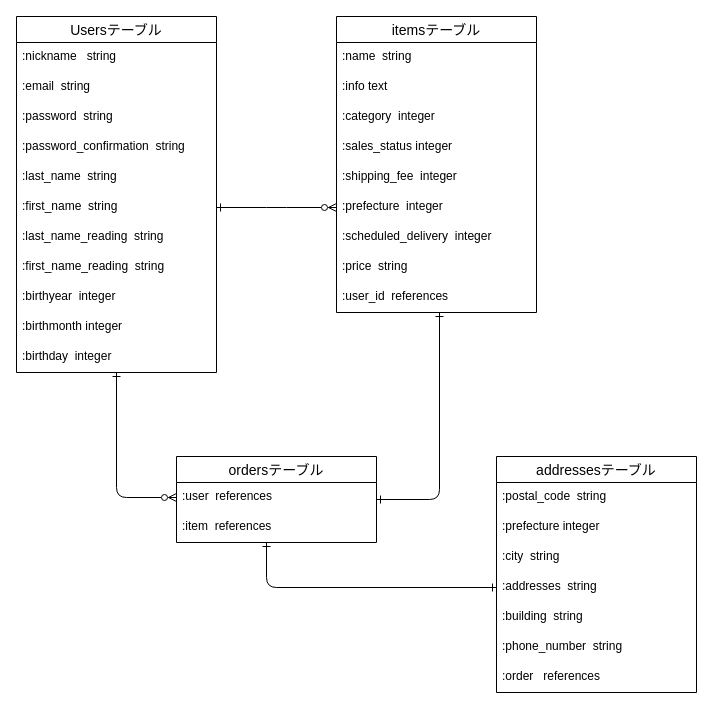
The draw.io diagram ER.dio in KaaiSato/furima-40467, before the edit. Source tidied: cells renumbered, new cells numbered last; positions are measured from the earlier drawing's top-left corner, leaving out a move shared by most shapes. Both pictures are drawn from the tidied source at 100%, with x=0, y=0 at pixel (16, 16).
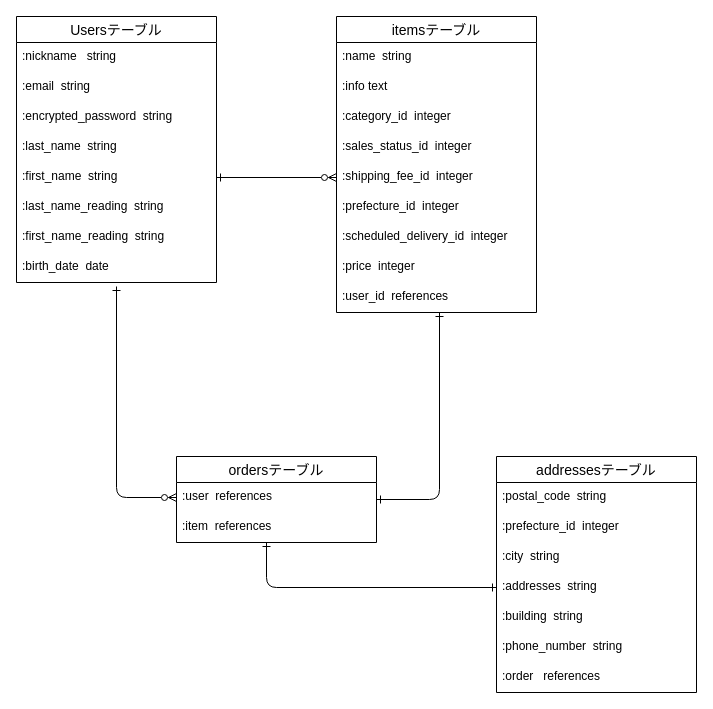
Above is the later version.

Commit message (it also covers changes not shown here):
ER図とREADMEの修正①

Unchanged cells that the change refers to:
```xml
<mxCell id="14" value="itemsテーブル" style="swimlane;fontStyle=0;horizontal=1;startSize=26;align=center;fontSize=14;" parent="1" vertex="1">
  <mxGeometry x="320" width="200" height="296" as="geometry" />
</mxCell>
<mxCell id="24" value="addressesテーブル" style="swimlane;fontStyle=0;horizontal=1;startSize=26;align=center;fontSize=14;" parent="1" vertex="1">
  <mxGeometry x="480" y="440" width="200" height="236" as="geometry" />
</mxCell>
<mxCell id="35" value=":user  references" style="text;strokeColor=none;fillColor=none;spacingLeft=4;spacingRight=4;overflow=hidden;points=[[0,0.5],[1,0.5]];portConstraint=eastwest;fontSize=12;" parent="34" vertex="1">
  <mxGeometry y="26" width="200" height="30" as="geometry" />
</mxCell>
```

The edit, as a diff of the source:
```diff
@@
     <mxCell id="2" value="Usersテーブル" style="swimlane;fontStyle=0;horizontal=1;startSize=26;align=center;fontSize=14;" parent="1" vertex="1">
-      <mxGeometry width="200" height="356" as="geometry" />
+      <mxGeometry width="200" height="266" as="geometry" />
     </mxCell>
@@
-    <mxCell id="5" value=":password  string" style="text;strokeColor=none;fillColor=none;spacingLeft=4;spacingRight=4;overflow=hidden;fontSize=12;" parent="2" vertex="1">
+    <mxCell id="5" value=":encrypted_password  string" style="text;strokeColor=none;fillColor=none;spacingLeft=4;spacingRight=4;overflow=hidden;fontSize=12;" parent="2" vertex="1">
       <mxGeometry y="86" width="200" height="30" as="geometry" />
     </mxCell>
-    <mxCell id="6" value=":password_confirmation  string" style="text;strokeColor=none;fillColor=none;spacingLeft=4;spacingRight=4;overflow=hidden;fontSize=12;" parent="2" vertex="1">
-      <mxGeometry y="116" width="200" height="30" as="geometry" />
-    </mxCell>
     <mxCell id="7" value=":last_name  string" style="text;strokeColor=none;fillColor=none;spacingLeft=4;spacingRight=4;overflow=hidden;fontSize=12;" parent="2" vertex="1">
-      <mxGeometry y="146" width="200" height="30" as="geometry" />
+      <mxGeometry y="116" width="200" height="30" as="geometry" />
     </mxCell>
     <mxCell id="8" value=":first_name  string" style="text;strokeColor=none;fillColor=none;spacingLeft=4;spacingRight=4;overflow=hidden;points=[[0,0.5],[1,0.5]];portConstraint=eastwest;fontSize=12;" parent="2" vertex="1">
-      <mxGeometry y="176" width="200" height="30" as="geometry" />
+      <mxGeometry y="146" width="200" height="30" as="geometry" />
     </mxCell>
     <mxCell id="9" value=":last_name_reading  string" style="text;strokeColor=none;fillColor=none;spacingLeft=4;spacingRight=4;overflow=hidden;fontSize=12;" parent="2" vertex="1">
-      <mxGeometry y="206" width="200" height="30" as="geometry" />
+      <mxGeometry y="176" width="200" height="30" as="geometry" />
     </mxCell>
     <mxCell id="10" value=":first_name_reading  string" style="text;strokeColor=none;fillColor=none;spacingLeft=4;spacingRight=4;overflow=hidden;fontSize=12;" parent="2" vertex="1">
-      <mxGeometry y="236" width="200" height="30" as="geometry" />
+      <mxGeometry y="206" width="200" height="30" as="geometry" />
     </mxCell>
-    <mxCell id="11" value=":birthyear  integer" style="text;strokeColor=none;fillColor=none;spacingLeft=4;spacingRight=4;overflow=hidden;fontSize=12;" parent="2" vertex="1">
-      <mxGeometry y="266" width="200" height="30" as="geometry" />
+    <mxCell id="11" value=":birth_date  date" style="text;strokeColor=none;fillColor=none;spacingLeft=4;spacingRight=4;overflow=hidden;fontSize=12;" parent="2" vertex="1">
+      <mxGeometry y="236" width="200" height="30" as="geometry" />
     </mxCell>
-    <mxCell id="12" value=":birthmonth integer" style="text;strokeColor=none;fillColor=none;spacingLeft=4;spacingRight=4;overflow=hidden;fontSize=12;" parent="2" vertex="1">
-      <mxGeometry y="296" width="200" height="30" as="geometry" />
-    </mxCell>
-    <mxCell id="13" value=":birthday  integer" style="text;strokeColor=none;fillColor=none;spacingLeft=4;spacingRight=4;overflow=hidden;fontSize=12;" parent="2" vertex="1">
-      <mxGeometry y="326" width="200" height="30" as="geometry" />
-    </mxCell>
@@
-    <mxCell id="17" value=":category  integer" style="text;strokeColor=none;fillColor=none;spacingLeft=4;spacingRight=4;overflow=hidden;fontSize=12;" parent="14" vertex="1">
+    <mxCell id="17" value=":category_id  integer" style="text;strokeColor=none;fillColor=none;spacingLeft=4;spacingRight=4;overflow=hidden;fontSize=12;" parent="14" vertex="1">
       <mxGeometry y="86" width="200" height="30" as="geometry" />
     </mxCell>
-    <mxCell id="18" value=":sales_status integer&#10;" style="text;strokeColor=none;fillColor=none;spacingLeft=4;spacingRight=4;overflow=hidden;fontSize=12;" parent="14" vertex="1">
+    <mxCell id="18" value=":sales_status_id  integer&#10;" style="text;strokeColor=none;fillColor=none;spacingLeft=4;spacingRight=4;overflow=hidden;fontSize=12;" parent="14" vertex="1">
       <mxGeometry y="116" width="200" height="30" as="geometry" />
     </mxCell>
-    <mxCell id="19" value=":shipping_fee  integer" style="text;strokeColor=none;fillColor=none;spacingLeft=4;spacingRight=4;overflow=hidden;points=[[0,0.5],[1,0.5]];portConstraint=eastwest;fontSize=12;" parent="14" vertex="1">
+    <mxCell id="19" value=":shipping_fee_id  integer" style="text;strokeColor=none;fillColor=none;spacingLeft=4;spacingRight=4;overflow=hidden;points=[[0,0.5],[1,0.5]];portConstraint=eastwest;fontSize=12;" parent="14" vertex="1">
       <mxGeometry y="146" width="200" height="30" as="geometry" />
     </mxCell>
-    <mxCell id="20" value=":prefecture  integer&#10;" style="text;strokeColor=none;fillColor=none;spacingLeft=4;spacingRight=4;overflow=hidden;points=[[0,0.5],[1,0.5]];portConstraint=eastwest;fontSize=12;" parent="14" vertex="1">
+    <mxCell id="20" value=":prefecture_id  integer&#10;" style="text;strokeColor=none;fillColor=none;spacingLeft=4;spacingRight=4;overflow=hidden;points=[[0,0.5],[1,0.5]];portConstraint=eastwest;fontSize=12;" parent="14" vertex="1">
       <mxGeometry y="176" width="200" height="30" as="geometry" />
     </mxCell>
-    <mxCell id="21" value=":scheduled_delivery  integer" style="text;strokeColor=none;fillColor=none;spacingLeft=4;spacingRight=4;overflow=hidden;fontSize=12;" parent="14" vertex="1">
+    <mxCell id="21" value=":scheduled_delivery_id  integer" style="text;strokeColor=none;fillColor=none;spacingLeft=4;spacingRight=4;overflow=hidden;fontSize=12;" parent="14" vertex="1">
       <mxGeometry y="206" width="200" height="30" as="geometry" />
     </mxCell>
-    <mxCell id="22" value=":price  string" style="text;strokeColor=none;fillColor=none;spacingLeft=4;spacingRight=4;overflow=hidden;fontSize=12;" parent="14" vertex="1">
+    <mxCell id="22" value=":price  integer" style="text;strokeColor=none;fillColor=none;spacingLeft=4;spacingRight=4;overflow=hidden;fontSize=12;" parent="14" vertex="1">
       <mxGeometry y="236" width="200" height="30" as="geometry" />
     </mxCell>
@@
-    <mxCell id="26" value=":prefecture integer" style="text;strokeColor=none;fillColor=none;spacingLeft=4;spacingRight=4;overflow=hidden;fontSize=12;" parent="24" vertex="1">
+    <mxCell id="26" value=":prefecture_id  integer" style="text;strokeColor=none;fillColor=none;spacingLeft=4;spacingRight=4;overflow=hidden;fontSize=12;" parent="24" vertex="1">
       <mxGeometry y="56" width="200" height="30" as="geometry" />
     </mxCell>
@@
     <mxCell id="32" style="edgeStyle=elbowEdgeStyle;html=1;exitX=0;exitY=0.5;exitDx=0;exitDy=0;startArrow=ERzeroToMany;startFill=0;endArrow=ERone;endFill=0;" parent="1" edge="1" source="35">
       <mxGeometry relative="1" as="geometry">
-        <mxPoint x="100" y="356" as="targetPoint" />
+        <mxPoint x="100" y="270" as="targetPoint" />
         <Array as="points">
           <mxPoint x="100" y="430" />
         </Array>
       </mxGeometry>
     </mxCell>
@@
-    <mxCell id="37" style="edgeStyle=none;html=1;exitX=1;exitY=0.5;exitDx=0;exitDy=0;entryX=0;entryY=0.5;entryDx=0;entryDy=0;startArrow=ERone;startFill=0;endArrow=ERzeroToMany;endFill=0;" parent="1" edge="1" source="8" target="20">
-      <mxGeometry relative="1" as="geometry">
-        <Array as="points">
-          <mxPoint x="260" y="191" />
-        </Array>
-      </mxGeometry>
+    <mxCell id="37" style="edgeStyle=none;html=1;exitX=1;exitY=0.5;exitDx=0;exitDy=0;entryX=0;entryY=0.5;entryDx=0;entryDy=0;startArrow=ERone;startFill=0;endArrow=ERzeroToMany;endFill=0;" parent="1" edge="1" source="8" target="19">
+      <mxGeometry relative="1" as="geometry" />
     </mxCell>
```
